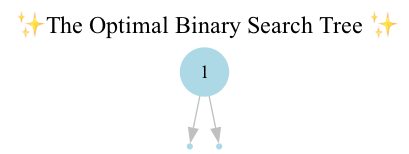
Before: obst.png, a diagram exported from Graphviz (SharQawyCS/Optimal-Binary-Search-Tree). Its source is kept beside it as obst.dot.
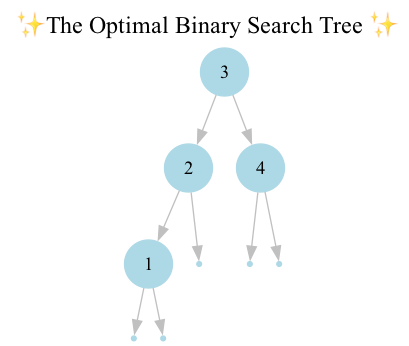
The same diagram one commit later.

Change to the diagram source:
```diff
@@ -5,8 +5,17 @@
 node [shape=circle, style=filled, color=lightblue, fontcolor=black, fontsize=14;
 ];
 edge [color=gray];
+  "3" -> "2";
+  "2" -> "1";
   null0 [shape=point];
   "1" -> null0;
   null1 [shape=point];
   "1" -> null1;
+  null2 [shape=point];
+  "2" -> null2;
+  "3" -> "4";
+  null3 [shape=point];
+  "4" -> null3;
+  null4 [shape=point];
+  "4" -> null4;
 }
```
